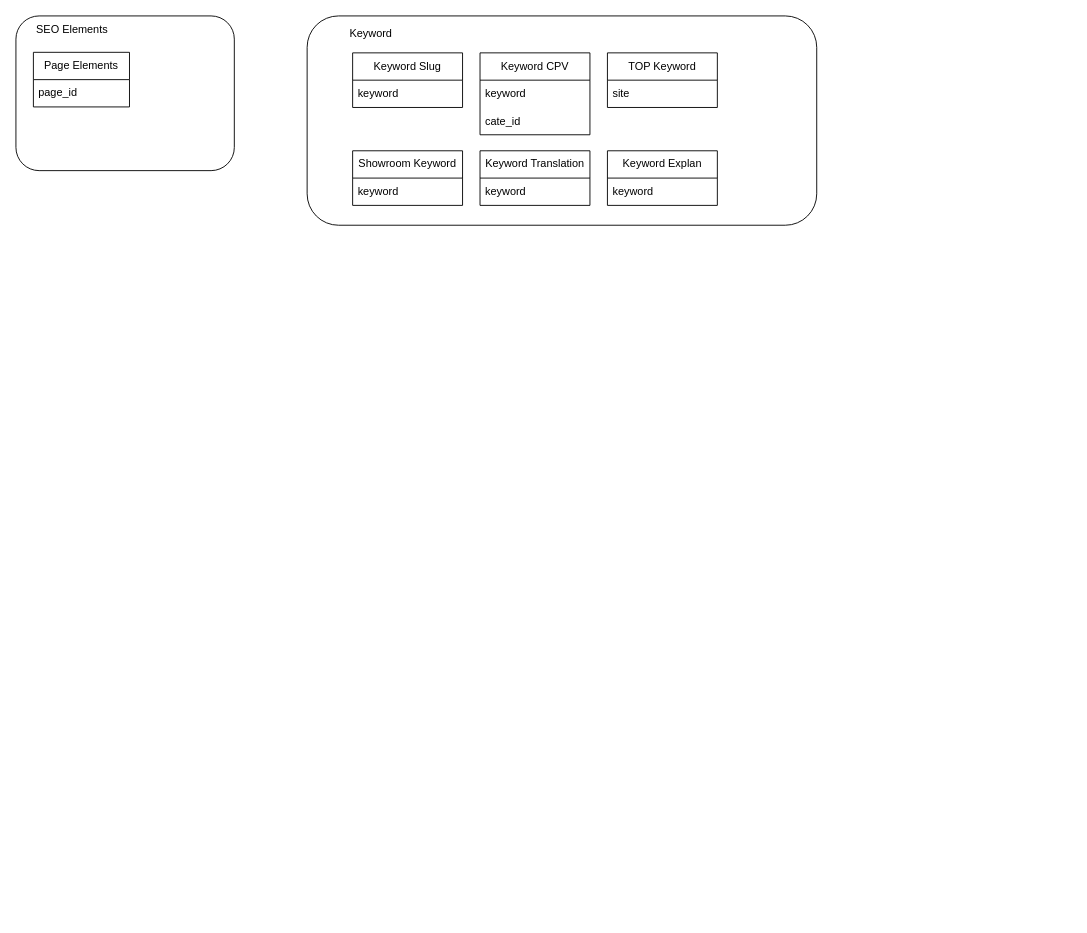
VisableHarry/seo-drawio keeps this draw.io diagram as drawio/seo-domain-model.drawio. Above is the earlier version. Source tidied: cells renumbered, new cells numbered last; positions are measured from the earlier drawing's top-left corner, leaving out a move shared by most shapes. Both pictures are drawn from the tidied source at 91%, with x=0, y=0 at pixel (15, 15).
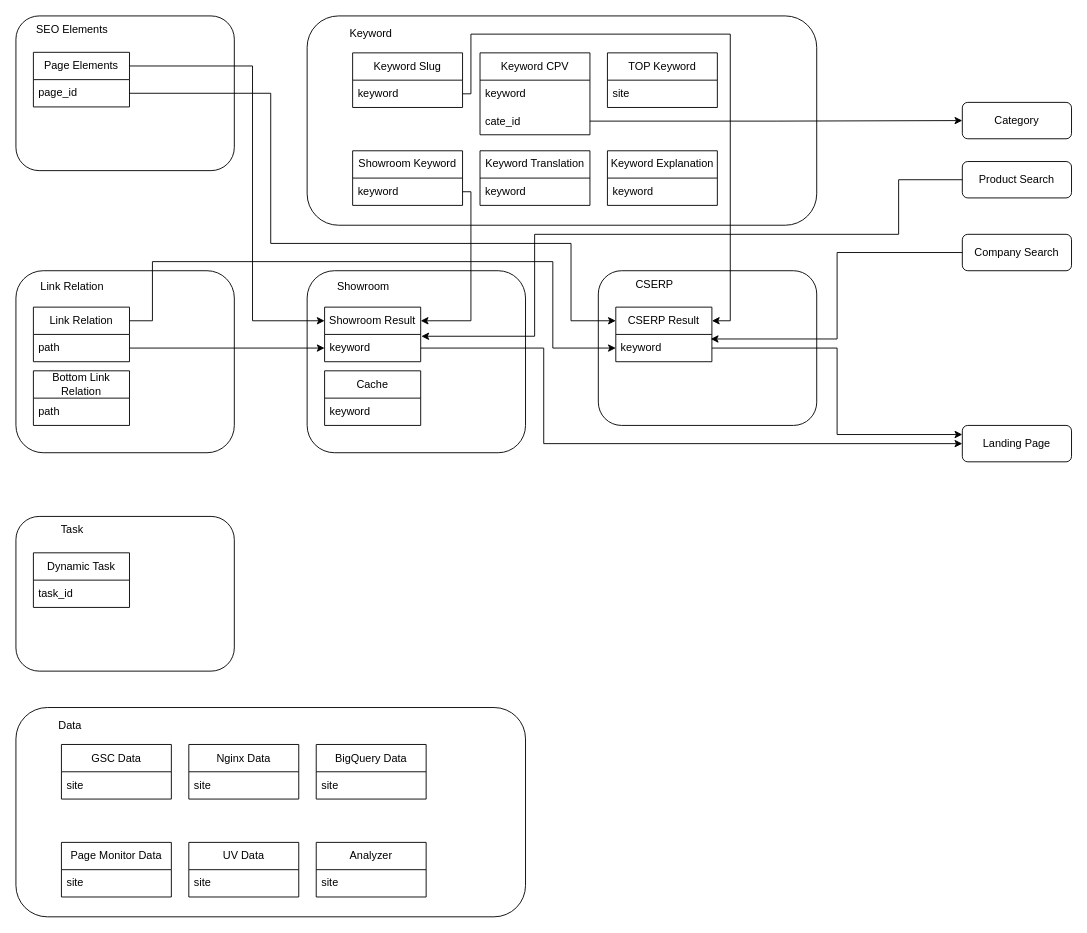
The same diagram, later.

The change refers to these unchanged cells:
```xml
<mxCell id="5" value="Page Elements" style="swimlane;fontStyle=0;horizontal=1;startSize=30;whiteSpace=wrap;html=1;rounded=0;noLabel=0;portConstraintRotation=0;align=center;" parent="2" vertex="1">
  <mxGeometry x="19.2" y="40" width="105.6" height="60" as="geometry" />
</mxCell>
<mxCell id="6" value="page_id" style="text;strokeColor=none;fillColor=none;align=left;verticalAlign=middle;spacingLeft=4;spacingRight=4;overflow=hidden;points=[[0,0.5],[1,0.5]];portConstraint=eastwest;whiteSpace=wrap;html=1;" parent="5" vertex="1">
  <mxGeometry y="30" width="105.6" height="30" as="geometry" />
</mxCell>
<mxCell id="7" style="group;align=left;" parent="1" vertex="1">
  <mxGeometry x="320" width="560" height="230" as="geometry" />
</mxCell>
<mxCell id="16" value="cate_id" style="text;strokeColor=none;fillColor=none;align=left;verticalAlign=middle;spacingLeft=4;spacingRight=4;overflow=hidden;points=[[0,0.5],[1,0.5]];portConstraint=eastwest;whiteSpace=wrap;html=1;" parent="14" vertex="1">
  <mxGeometry y="60" width="120.8" height="30" as="geometry" />
</mxCell>
<mxCell id="20" value="keyword" style="text;strokeColor=none;fillColor=none;align=left;verticalAlign=middle;spacingLeft=4;spacingRight=4;overflow=hidden;points=[[0,0.5],[1,0.5]];portConstraint=eastwest;whiteSpace=wrap;html=1;" parent="19" vertex="1">
  <mxGeometry y="30" width="120.8" height="30" as="geometry" />
</mxCell>
<mxCell id="22" value="keyword" style="text;strokeColor=none;fillColor=none;align=left;verticalAlign=middle;spacingLeft=4;spacingRight=4;overflow=hidden;points=[[0,0.5],[1,0.5]];portConstraint=eastwest;whiteSpace=wrap;html=1;" parent="21" vertex="1">
  <mxGeometry y="30" width="120.8" height="30" as="geometry" />
</mxCell>
```

The edit, as a diff of the source:
```diff
@@
-    <mxCell id="10" value="Keyword Explan" style="swimlane;fontStyle=0;horizontal=1;startSize=30;whiteSpace=wrap;html=1;rounded=0;noLabel=0;align=center;" parent="7" vertex="1">
+    <mxCell id="10" value="Keyword Explanation" style="swimlane;fontStyle=0;horizontal=1;startSize=30;whiteSpace=wrap;html=1;rounded=0;noLabel=0;align=center;" parent="7" vertex="1">
       <mxGeometry x="330" y="148.2" width="120.8" height="60" as="geometry" />
     </mxCell>
@@
+    <mxCell id="23" value="Category" style="rounded=1;whiteSpace=wrap;html=1;" parent="1" vertex="1">
+      <mxGeometry x="1040" y="95" width="120" height="40" as="geometry" />
+    </mxCell>
+    <mxCell id="24" style="group;" parent="1" vertex="1">
+      <mxGeometry y="280" width="240" height="200" as="geometry" />
+    </mxCell>
+    <mxCell id="25" style="rounded=1;whiteSpace=wrap;html=1;" parent="24" vertex="1">
+      <mxGeometry width="240" height="200" as="geometry" />
+    </mxCell>
+    <mxCell id="26" value="Link Relation" style="text;html=1;whiteSpace=wrap;strokeColor=none;fillColor=none;align=center;verticalAlign=middle;rounded=0;" parent="24" vertex="1">
+      <mxGeometry x="19.2" width="86.4" height="35.3" as="geometry" />
+    </mxCell>
+    <mxCell id="27" value="Link Relation" style="swimlane;fontStyle=0;horizontal=1;startSize=30;whiteSpace=wrap;html=1;rounded=0;noLabel=0;portConstraintRotation=0;align=center;" parent="24" vertex="1">
+      <mxGeometry x="19.2" y="40" width="105.6" height="60" as="geometry" />
+    </mxCell>
+    <mxCell id="28" value="path" style="text;strokeColor=none;fillColor=none;align=left;verticalAlign=middle;spacingLeft=4;spacingRight=4;overflow=hidden;points=[[0,0.5],[1,0.5]];portConstraint=eastwest;whiteSpace=wrap;html=1;" parent="27" vertex="1">
+      <mxGeometry y="30" width="105.6" height="30" as="geometry" />
+    </mxCell>
+    <mxCell id="29" value="Bottom Link Relation" style="swimlane;fontStyle=0;horizontal=1;startSize=30;whiteSpace=wrap;html=1;rounded=0;noLabel=0;align=center;" parent="24" vertex="1">
+      <mxGeometry x="19.2" y="110" width="105.6" height="60" as="geometry" />
+    </mxCell>
+    <mxCell id="30" value="path" style="text;strokeColor=none;fillColor=none;align=left;verticalAlign=middle;spacingLeft=4;spacingRight=4;overflow=hidden;whiteSpace=wrap;html=1;" parent="29" vertex="1">
+      <mxGeometry y="30" width="105.6" height="30" as="geometry" />
+    </mxCell>
+    <mxCell id="31" value="Landing Page" style="rounded=1;whiteSpace=wrap;html=1;" parent="1" vertex="1">
+      <mxGeometry x="1040" y="450" width="120" height="40" as="geometry" />
+    </mxCell>
+    <mxCell id="32" style="group;" parent="1" vertex="1">
+      <mxGeometry x="640" y="280" width="240" height="170" as="geometry" />
+    </mxCell>
+    <mxCell id="33" style="rounded=1;whiteSpace=wrap;html=1;" parent="32" vertex="1">
+      <mxGeometry width="240" height="170" as="geometry" />
+    </mxCell>
+    <mxCell id="34" value="CSERP" style="text;html=1;whiteSpace=wrap;strokeColor=none;fillColor=none;align=center;verticalAlign=middle;rounded=0;" parent="32" vertex="1">
+      <mxGeometry x="19.2" width="86.4" height="30" as="geometry" />
+    </mxCell>
+    <mxCell id="35" value="CSERP Result" style="swimlane;fontStyle=0;horizontal=1;startSize=30;whiteSpace=wrap;html=1;rounded=0;noLabel=0;portConstraintRotation=0;align=center;" parent="32" vertex="1">
+      <mxGeometry x="19.2" y="40" width="105.6" height="60" as="geometry" />
+    </mxCell>
+    <mxCell id="36" value="keyword" style="text;strokeColor=none;fillColor=none;align=left;verticalAlign=middle;spacingLeft=4;spacingRight=4;overflow=hidden;points=[[0,0.5],[1,0.5]];portConstraint=eastwest;whiteSpace=wrap;html=1;" parent="35" vertex="1">
+      <mxGeometry y="30" width="105.6" height="30" as="geometry" />
+    </mxCell>
+    <mxCell id="37" value="Product Search" style="rounded=1;whiteSpace=wrap;html=1;" parent="1" vertex="1">
+      <mxGeometry x="1040" y="160" width="120" height="40" as="geometry" />
+    </mxCell>
+    <mxCell id="38" value="Company Search" style="rounded=1;whiteSpace=wrap;html=1;" parent="1" vertex="1">
+      <mxGeometry x="1040" y="240" width="120" height="40" as="geometry" />
+    </mxCell>
+    <mxCell id="39" style="group;" parent="1" vertex="1">
+      <mxGeometry x="320" y="280" width="240" height="200" as="geometry" />
+    </mxCell>
+    <mxCell id="40" style="rounded=1;whiteSpace=wrap;html=1;" parent="39" vertex="1">
+      <mxGeometry width="240" height="200" as="geometry" />
+    </mxCell>
+    <mxCell id="41" value="Showroom" style="text;html=1;whiteSpace=wrap;strokeColor=none;fillColor=none;align=center;verticalAlign=middle;rounded=0;" parent="39" vertex="1">
+      <mxGeometry x="19.2" width="86.4" height="35.3" as="geometry" />
+    </mxCell>
+    <mxCell id="42" value="Showroom Result" style="swimlane;fontStyle=0;horizontal=1;startSize=30;whiteSpace=wrap;html=1;rounded=0;noLabel=0;portConstraintRotation=0;align=center;" parent="39" vertex="1">
+      <mxGeometry x="19.2" y="40" width="105.6" height="60" as="geometry" />
+    </mxCell>
+    <mxCell id="43" value="keyword" style="text;strokeColor=none;fillColor=none;align=left;verticalAlign=middle;spacingLeft=4;spacingRight=4;overflow=hidden;points=[[0,0.5],[1,0.5]];portConstraint=eastwest;whiteSpace=wrap;html=1;" parent="42" vertex="1">
+      <mxGeometry y="30" width="105.6" height="30" as="geometry" />
+    </mxCell>
+    <mxCell id="44" value="Cache" style="swimlane;fontStyle=0;horizontal=1;startSize=30;whiteSpace=wrap;html=1;rounded=0;noLabel=0;align=center;" parent="39" vertex="1">
+      <mxGeometry x="19.2" y="110" width="105.6" height="60" as="geometry" />
+    </mxCell>
+    <mxCell id="45" value="keyword" style="text;strokeColor=none;fillColor=none;align=left;verticalAlign=middle;spacingLeft=4;spacingRight=4;overflow=hidden;whiteSpace=wrap;html=1;" parent="44" vertex="1">
+      <mxGeometry y="30" width="105.6" height="30" as="geometry" />
+    </mxCell>
+    <mxCell id="46" style="edgeStyle=orthogonalEdgeStyle;rounded=0;jettySize=auto;html=1;exitX=1;exitY=0.5;exitDx=0;exitDy=0;entryX=0;entryY=0.5;entryDx=0;entryDy=0;" parent="1" edge="1" source="28" target="43">
+      <mxGeometry relative="1" as="geometry" />
+    </mxCell>
+    <mxCell id="47" style="edgeStyle=orthogonalEdgeStyle;rounded=0;jettySize=auto;html=1;exitX=1;exitY=0.25;exitDx=0;exitDy=0;entryX=0;entryY=0.25;entryDx=0;entryDy=0;" parent="1" edge="1" source="5" target="42">
+      <mxGeometry relative="1" as="geometry">
+        <Array as="points">
+          <mxPoint x="260" y="55" />
+          <mxPoint x="260" y="335" />
+        </Array>
+      </mxGeometry>
+    </mxCell>
+    <mxCell id="48" style="edgeStyle=orthogonalEdgeStyle;rounded=0;jettySize=auto;html=1;exitX=1;exitY=0.5;exitDx=0;exitDy=0;entryX=0;entryY=0.25;entryDx=0;entryDy=0;" parent="1" edge="1" source="6" target="35">
+      <mxGeometry relative="1" as="geometry">
+        <Array as="points">
+          <mxPoint x="280" y="85" />
+          <mxPoint x="280" y="250" />
+          <mxPoint x="610" y="250" />
+          <mxPoint x="610" y="335" />
+        </Array>
+      </mxGeometry>
+    </mxCell>
+    <mxCell id="49" style="edgeStyle=orthogonalEdgeStyle;rounded=0;jettySize=auto;html=1;exitX=1;exitY=0.25;exitDx=0;exitDy=0;entryX=0;entryY=0.5;entryDx=0;entryDy=0;" parent="1" edge="1" source="27" target="36">
+      <mxGeometry relative="1" as="geometry">
+        <Array as="points">
+          <mxPoint x="150" y="335" />
+          <mxPoint x="150" y="270" />
+          <mxPoint x="590" y="270" />
+          <mxPoint x="590" y="365" />
+        </Array>
+      </mxGeometry>
+    </mxCell>
+    <mxCell id="50" style="edgeStyle=orthogonalEdgeStyle;rounded=0;jettySize=auto;html=1;exitX=1;exitY=0.5;exitDx=0;exitDy=0;entryX=1;entryY=0.25;entryDx=0;entryDy=0;" parent="1" edge="1" source="22" target="42">
+      <mxGeometry relative="1" as="geometry">
+        <Array as="points">
+          <mxPoint x="500" y="193" />
+          <mxPoint x="500" y="335" />
+        </Array>
+      </mxGeometry>
+    </mxCell>
+    <mxCell id="51" style="edgeStyle=orthogonalEdgeStyle;rounded=0;jettySize=auto;html=1;exitX=1;exitY=0.5;exitDx=0;exitDy=0;entryX=1;entryY=0.25;entryDx=0;entryDy=0;" parent="1" edge="1" source="20" target="35">
+      <mxGeometry relative="1" as="geometry">
+        <Array as="points">
+          <mxPoint x="500" y="86" />
+          <mxPoint x="500" y="20" />
+          <mxPoint x="785" y="20" />
+          <mxPoint x="785" y="335" />
+        </Array>
+      </mxGeometry>
+    </mxCell>
+    <mxCell id="52" style="edgeStyle=orthogonalEdgeStyle;rounded=0;jettySize=auto;html=1;exitX=1;exitY=0.5;exitDx=0;exitDy=0;entryX=0;entryY=0.5;entryDx=0;entryDy=0;" parent="1" edge="1" source="16" target="23">
+      <mxGeometry relative="1" as="geometry" />
+    </mxCell>
+    <mxCell id="53" style="edgeStyle=orthogonalEdgeStyle;rounded=0;jettySize=auto;html=1;exitX=1;exitY=0.5;exitDx=0;exitDy=0;entryX=0;entryY=0.5;entryDx=0;entryDy=0;" parent="1" edge="1" source="43" target="31">
+      <mxGeometry relative="1" as="geometry">
+        <Array as="points">
+          <mxPoint x="580" y="365" />
+          <mxPoint x="580" y="470" />
+        </Array>
+      </mxGeometry>
+    </mxCell>
+    <mxCell id="54" style="edgeStyle=orthogonalEdgeStyle;rounded=0;jettySize=auto;html=1;exitX=1;exitY=0.5;exitDx=0;exitDy=0;entryX=0;entryY=0.25;entryDx=0;entryDy=0;" parent="1" edge="1" source="36" target="31">
+      <mxGeometry relative="1" as="geometry" />
+    </mxCell>
+    <mxCell id="55" style="edgeStyle=orthogonalEdgeStyle;rounded=0;jettySize=auto;html=1;exitX=0;exitY=0.5;exitDx=0;exitDy=0;entryX=0.988;entryY=0.167;entryDx=0;entryDy=0;entryPerimeter=0;" parent="1" edge="1" source="38" target="36">
+      <mxGeometry relative="1" as="geometry" />
+    </mxCell>
+    <mxCell id="56" style="edgeStyle=orthogonalEdgeStyle;rounded=0;jettySize=auto;html=1;exitX=0;exitY=0.5;exitDx=0;exitDy=0;entryX=1.007;entryY=0.067;entryDx=0;entryDy=0;entryPerimeter=0;" parent="1" edge="1" source="37" target="43">
+      <mxGeometry relative="1" as="geometry">
+        <Array as="points">
+          <mxPoint x="970" y="180" />
+          <mxPoint x="970" y="240" />
+          <mxPoint x="570" y="240" />
+          <mxPoint x="570" y="352" />
+        </Array>
+      </mxGeometry>
+    </mxCell>
+    <mxCell id="57" style="group;" parent="1" vertex="1">
+      <mxGeometry y="550" width="240" height="170" as="geometry" />
+    </mxCell>
+    <mxCell id="58" style="rounded=1;whiteSpace=wrap;html=1;" parent="57" vertex="1">
+      <mxGeometry width="240" height="170" as="geometry" />
+    </mxCell>
+    <mxCell id="59" value="Task" style="text;html=1;whiteSpace=wrap;strokeColor=none;fillColor=none;align=center;verticalAlign=middle;rounded=0;" parent="57" vertex="1">
+      <mxGeometry x="19.2" width="86.4" height="30" as="geometry" />
+    </mxCell>
+    <mxCell id="60" value="Dynamic Task" style="swimlane;fontStyle=0;horizontal=1;startSize=30;whiteSpace=wrap;html=1;rounded=0;noLabel=0;align=center;" parent="57" vertex="1">
+      <mxGeometry x="19.2" y="40" width="105.6" height="60" as="geometry" />
+    </mxCell>
+    <mxCell id="61" value="task_id" style="text;strokeColor=none;fillColor=none;align=left;verticalAlign=middle;spacingLeft=4;spacingRight=4;overflow=hidden;whiteSpace=wrap;html=1;" parent="60" vertex="1">
+      <mxGeometry y="30" width="105.6" height="30" as="geometry" />
+    </mxCell>
+    <mxCell id="62" style="group;align=left;" parent="1" vertex="1">
+      <mxGeometry y="760" width="560" height="230" as="geometry" />
+    </mxCell>
+    <mxCell id="63" style="rounded=1;whiteSpace=wrap;html=1;" parent="62" vertex="1">
+      <mxGeometry width="560" height="230" as="geometry" />
+    </mxCell>
+    <mxCell id="64" value="Data" style="text;html=1;whiteSpace=wrap;strokeColor=none;fillColor=none;align=left;verticalAlign=middle;rounded=0;" parent="62" vertex="1">
+      <mxGeometry x="44.8" width="201.6" height="40.6" as="geometry" />
+    </mxCell>
+    <mxCell id="65" value="Analyzer" style="swimlane;fontStyle=0;horizontal=1;startSize=30;whiteSpace=wrap;html=1;rounded=0;noLabel=0;align=center;" parent="62" vertex="1">
+      <mxGeometry x="330" y="148.2" width="120.8" height="60" as="geometry" />
+    </mxCell>
+    <mxCell id="66" value="site" style="text;strokeColor=none;fillColor=none;align=left;verticalAlign=middle;spacingLeft=4;spacingRight=4;overflow=hidden;whiteSpace=wrap;html=1;" parent="65" vertex="1">
+      <mxGeometry y="30" width="120.8" height="30" as="geometry" />
+    </mxCell>
+    <mxCell id="67" value="UV Data" style="swimlane;fontStyle=0;horizontal=1;startSize=30;whiteSpace=wrap;html=1;rounded=0;noLabel=0;align=center;" parent="62" vertex="1">
+      <mxGeometry x="190" y="148.2" width="120.8" height="60" as="geometry" />
+    </mxCell>
+    <mxCell id="68" value="site" style="text;strokeColor=none;fillColor=none;align=left;verticalAlign=middle;spacingLeft=4;spacingRight=4;overflow=hidden;whiteSpace=wrap;html=1;" parent="67" vertex="1">
+      <mxGeometry y="30" width="120.8" height="30" as="geometry" />
+    </mxCell>
+    <mxCell id="69" value="Nginx Data" style="swimlane;fontStyle=0;horizontal=1;startSize=30;whiteSpace=wrap;html=1;rounded=0;noLabel=0;align=center;" parent="62" vertex="1">
+      <mxGeometry x="190" y="40.6" width="120.8" height="60" as="geometry" />
+    </mxCell>
+    <mxCell id="70" value="site" style="text;strokeColor=none;fillColor=none;align=left;verticalAlign=middle;spacingLeft=4;spacingRight=4;overflow=hidden;whiteSpace=wrap;html=1;" parent="69" vertex="1">
+      <mxGeometry y="30" width="120.8" height="30" as="geometry" />
+    </mxCell>
+    <mxCell id="71" value="BigQuery Data" style="swimlane;fontStyle=0;horizontal=1;startSize=30;whiteSpace=wrap;html=1;rounded=0;noLabel=0;align=center;" parent="62" vertex="1">
+      <mxGeometry x="330" y="40.6" width="120.8" height="60" as="geometry" />
+    </mxCell>
+    <mxCell id="72" value="site" style="text;strokeColor=none;fillColor=none;align=left;verticalAlign=middle;spacingLeft=4;spacingRight=4;overflow=hidden;whiteSpace=wrap;html=1;" parent="71" vertex="1">
+      <mxGeometry y="30" width="120.8" height="30" as="geometry" />
+    </mxCell>
+    <mxCell id="73" value="GSC Data" style="swimlane;fontStyle=0;horizontal=1;startSize=30;whiteSpace=wrap;html=1;rounded=0;noLabel=0;align=center;" parent="62" vertex="1">
+      <mxGeometry x="50" y="40.6" width="120.8" height="60" as="geometry" />
+    </mxCell>
+    <mxCell id="74" value="site" style="text;strokeColor=none;fillColor=none;align=left;verticalAlign=middle;spacingLeft=4;spacingRight=4;overflow=hidden;whiteSpace=wrap;html=1;" parent="73" vertex="1">
+      <mxGeometry y="30" width="120.8" height="30" as="geometry" />
+    </mxCell>
+    <mxCell id="75" value="Page Monitor Data" style="swimlane;fontStyle=0;horizontal=1;startSize=30;whiteSpace=wrap;html=1;rounded=0;noLabel=0;align=center;" parent="62" vertex="1">
+      <mxGeometry x="50" y="148.2" width="120.8" height="60" as="geometry" />
+    </mxCell>
+    <mxCell id="76" value="site" style="text;strokeColor=none;fillColor=none;align=left;verticalAlign=middle;spacingLeft=4;spacingRight=4;overflow=hidden;whiteSpace=wrap;html=1;" parent="75" vertex="1">
+      <mxGeometry y="30" width="120.8" height="30" as="geometry" />
+    </mxCell>
```
